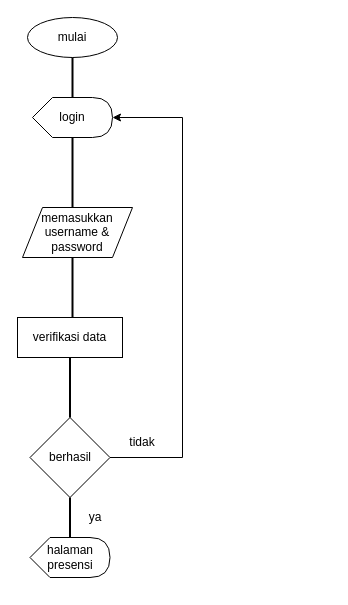
Earlier version of the draw.io diagram flowchart_presensi.drawio (Brainstormers-comunity/Presensi-Digital). Source tidied: cells renumbered, new cells numbered last; positions are measured from the earlier drawing's top-left corner, leaving out a move shared by most shapes. Both pictures are drawn from the tidied source at 100%, with x=0, y=0 at pixel (17, 17).
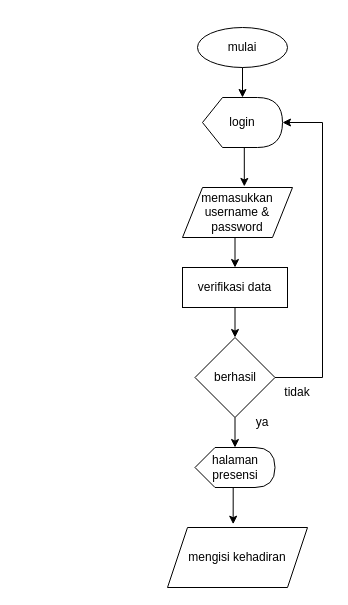
Above is the later version.

Change to the diagram source:
```diff
@@
 <mxGraphModel>
   <root>
     <mxCell id="0" />
     <mxCell id="1" parent="0" />
     <mxCell id="2" value="mulai" style="ellipse;whiteSpace=wrap;html=1;" parent="1" vertex="1">
-      <mxGeometry x="10" width="90" height="40" as="geometry" />
+      <mxGeometry x="180" y="10" width="90" height="40" as="geometry" />
     </mxCell>
     <mxCell id="3" value="login" style="shape=display;whiteSpace=wrap;html=1;" parent="1" vertex="1">
-      <mxGeometry x="15" y="80" width="80" height="40" as="geometry" />
+      <mxGeometry x="185" y="80" width="80" height="50" as="geometry" />
     </mxCell>
+    <mxCell id="16" style="edgeStyle=orthogonalEdgeStyle;rounded=0;jettySize=auto;html=1;exitX=0.5;exitY=1;exitDx=0;exitDy=0;entryX=0.5;entryY=0;entryDx=0;entryDy=0;" parent="1" edge="1" source="4" target="5">
+      <mxGeometry relative="1" as="geometry" />
+    </mxCell>
     <mxCell id="4" value="memasukkan username &amp;amp; password" style="shape=parallelogram;perimeter=parallelogramPerimeter;whiteSpace=wrap;html=1;fixedSize=1;" parent="1" vertex="1">
-      <mxGeometry x="5" y="190" width="110" height="50" as="geometry" />
+      <mxGeometry x="165" y="170" width="110" height="50" as="geometry" />
     </mxCell>
+    <mxCell id="17" style="edgeStyle=orthogonalEdgeStyle;rounded=0;jettySize=auto;html=1;exitX=0.5;exitY=1;exitDx=0;exitDy=0;entryX=0.5;entryY=0;entryDx=0;entryDy=0;" parent="1" edge="1" source="5" target="6">
+      <mxGeometry relative="1" as="geometry" />
+    </mxCell>
     <mxCell id="5" value="verifikasi data" style="rounded=0;whiteSpace=wrap;html=1;" parent="1" vertex="1">
-      <mxGeometry y="300" width="105" height="40" as="geometry" />
+      <mxGeometry x="165" y="250" width="105" height="40" as="geometry" />
     </mxCell>
     <mxCell id="6" value="berhasil" style="rhombus;whiteSpace=wrap;html=1;" parent="1" vertex="1">
-      <mxGeometry x="12.5" y="400" width="80" height="80" as="geometry" />
+      <mxGeometry x="177.5" y="320" width="80" height="80" as="geometry" />
     </mxCell>
-    <mxCell id="7" style="edgeStyle=orthogonalEdgeStyle;rounded=0;jettySize=auto;html=1;exitX=1;exitY=0.5;exitDx=0;exitDy=0;entryX=1;entryY=0.5;entryDx=0;entryDy=0;entryPerimeter=0;" parent="1" edge="1" source="6" target="3">
-      <mxGeometry relative="1" as="geometry">
-        <Array as="points">
-          <mxPoint x="165" y="440" />
-          <mxPoint x="165" y="100" />
-        </Array>
-      </mxGeometry>
-    </mxCell>
-    <mxCell id="8" style="line;strokeWidth=2;direction=south;html=1;" parent="1" vertex="1">
-      <mxGeometry x="50" y="40" width="10" height="40" as="geometry" />
-    </mxCell>
-    <mxCell id="9" style="line;strokeWidth=2;direction=south;html=1;" parent="1" vertex="1">
-      <mxGeometry x="50" y="120" width="10" height="70" as="geometry" />
-    </mxCell>
-    <mxCell id="10" style="line;strokeWidth=2;direction=south;html=1;" parent="1" vertex="1">
-      <mxGeometry x="50" y="240" width="10" height="60" as="geometry" />
-    </mxCell>
-    <mxCell id="11" style="line;strokeWidth=2;direction=south;html=1;" parent="1" vertex="1">
-      <mxGeometry x="47.5" y="340" width="10" height="60" as="geometry" />
-    </mxCell>
     <mxCell id="12" value="tidak" style="text;html=1;align=center;verticalAlign=middle;whiteSpace=wrap;rounded=0;" parent="1" vertex="1">
-      <mxGeometry x="105" y="420" width="40" height="10" as="geometry" />
+      <mxGeometry x="265" y="370" width="30" height="10" as="geometry" />
     </mxCell>
     <mxCell id="13" value="halaman presensi" style="shape=display;whiteSpace=wrap;html=1;" parent="1" vertex="1">
-      <mxGeometry x="12.5" y="520" width="80" height="40" as="geometry" />
+      <mxGeometry x="177.5" y="430" width="80" height="40" as="geometry" />
     </mxCell>
-    <mxCell id="14" style="line;strokeWidth=2;direction=south;html=1;" parent="1" vertex="1">
-      <mxGeometry x="47.5" y="480" width="10" height="40" as="geometry" />
-    </mxCell>
     <mxCell id="15" value="ya" style="text;html=1;align=center;verticalAlign=middle;whiteSpace=wrap;rounded=0;" parent="1" vertex="1">
-      <mxGeometry x="57.5" y="495" width="40" height="10" as="geometry" />
+      <mxGeometry x="225" y="400" width="40" height="10" as="geometry" />
     </mxCell>
+    <mxCell id="18" style="edgeStyle=orthogonalEdgeStyle;rounded=0;jettySize=auto;html=1;exitX=0.5;exitY=1;exitDx=0;exitDy=0;entryX=0;entryY=0;entryDx=40;entryDy=0;entryPerimeter=0;" parent="1" edge="1" source="2" target="3">
+      <mxGeometry relative="1" as="geometry" />
+    </mxCell>
+    <mxCell id="19" style="edgeStyle=orthogonalEdgeStyle;rounded=0;jettySize=auto;html=1;exitX=0;exitY=0;exitDx=37.5;exitDy=50;exitPerimeter=0;entryX=0.562;entryY=-0.021;entryDx=0;entryDy=0;entryPerimeter=0;" parent="1" edge="1" source="3" target="4">
+      <mxGeometry relative="1" as="geometry" />
+    </mxCell>
+    <mxCell id="7" style="edgeStyle=orthogonalEdgeStyle;rounded=0;jettySize=auto;html=1;exitX=1;exitY=0.5;exitDx=0;exitDy=0;entryX=1;entryY=0.5;entryDx=0;entryDy=0;entryPerimeter=0;" parent="1" edge="1" source="6" target="3">
+      <mxGeometry relative="1" as="geometry">
+        <Array as="points">
+          <mxPoint x="305" y="360" />
+          <mxPoint x="305" y="105" />
+        </Array>
+      </mxGeometry>
+    </mxCell>
+    <mxCell id="20" style="edgeStyle=orthogonalEdgeStyle;rounded=0;jettySize=auto;html=1;exitX=0.5;exitY=1;exitDx=0;exitDy=0;entryX=0;entryY=0;entryDx=40;entryDy=0;entryPerimeter=0;" parent="1" edge="1" source="6" target="13">
+      <mxGeometry relative="1" as="geometry" />
+    </mxCell>
+    <mxCell id="21" value="mengisi kehadiran" style="shape=parallelogram;perimeter=parallelogramPerimeter;whiteSpace=wrap;html=1;fixedSize=1;" parent="1" vertex="1">
+      <mxGeometry x="150" y="510" width="140" height="60" as="geometry" />
+    </mxCell>
+    <mxCell id="22" style="edgeStyle=orthogonalEdgeStyle;rounded=0;jettySize=auto;html=1;exitX=0;exitY=0;exitDx=40;exitDy=40;exitPerimeter=0;entryX=0.469;entryY=-0.055;entryDx=0;entryDy=0;entryPerimeter=0;" parent="1" edge="1" source="13" target="21">
+      <mxGeometry relative="1" as="geometry" />
+    </mxCell>
   </root>
 </mxGraphModel>
```
